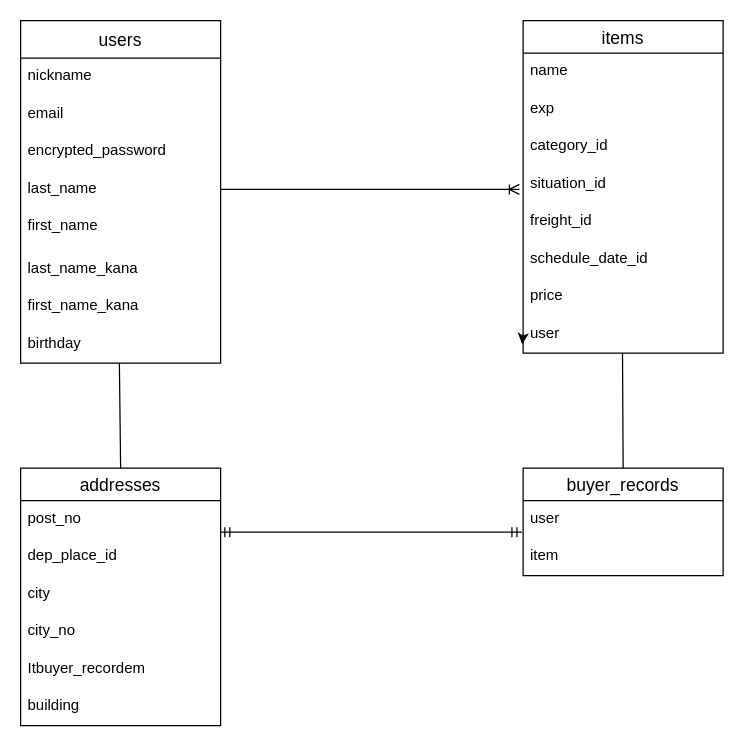
Before: app/.dio in ohashiyukio/furima-41608, a draw.io diagram. Source tidied: cells renumbered, new cells numbered last; positions are measured from the earlier drawing's top-left corner, leaving out a move shared by most shapes. Both pictures are drawn from the tidied source at 125%, with x=0, y=0 at pixel (20, 20).
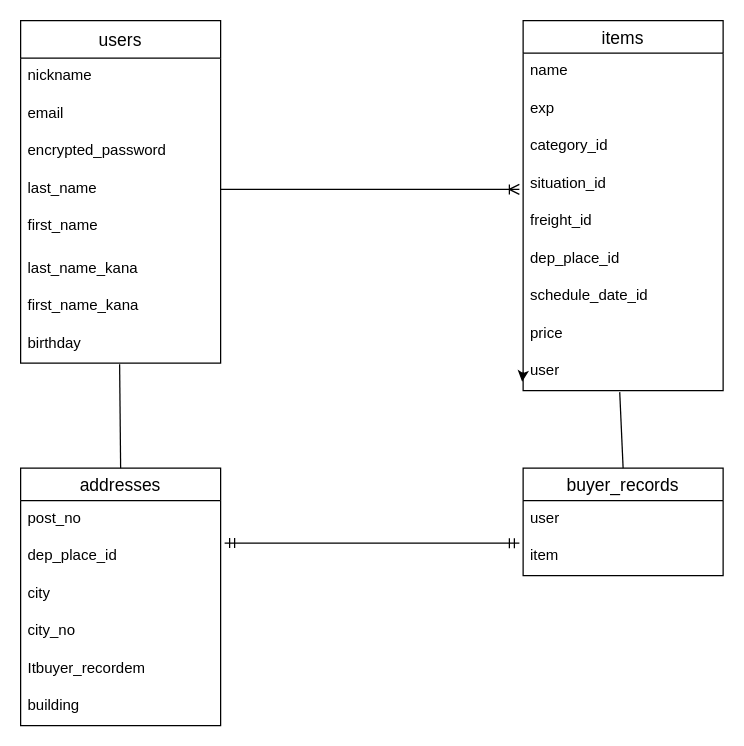
The same diagram, later.

The change refers to these unchanged cells:
```xml
<mxCell id="11" value="birthday" style="text;strokeColor=none;fillColor=none;spacingLeft=4;spacingRight=4;overflow=hidden;points=[[0,0.5],[1,0.5]];portConstraint=eastwest;fontSize=12;" parent="3" vertex="1">
  <mxGeometry y="244" width="160" height="30" as="geometry" />
</mxCell>
<mxCell id="22" value="addresses" style="swimlane;fontStyle=0;horizontal=1;startSize=26;align=center;fontSize=14;" parent="1" vertex="1">
  <mxGeometry y="358" width="160" height="206" as="geometry" />
</mxCell>
<mxCell id="23" value="post_no" style="text;strokeColor=none;fillColor=none;spacingLeft=4;spacingRight=4;overflow=hidden;points=[[0,0.5],[1,0.5]];portConstraint=eastwest;fontSize=12;" parent="22" vertex="1">
  <mxGeometry y="26" width="160" height="30" as="geometry" />
</mxCell>
<mxCell id="24" value="dep_place_id" style="text;strokeColor=none;fillColor=none;spacingLeft=4;spacingRight=4;overflow=hidden;points=[[0,0.5],[1,0.5]];portConstraint=eastwest;fontSize=12;" parent="22" vertex="1">
  <mxGeometry y="56" width="160" height="30" as="geometry" />
</mxCell>
<mxCell id="29" value="buyer_records" style="swimlane;fontStyle=0;horizontal=1;startSize=26;align=center;fontSize=14;" parent="1" vertex="1">
  <mxGeometry x="402" y="358" width="160" height="86" as="geometry" />
</mxCell>
<mxCell id="30" value="user" style="text;strokeColor=none;fillColor=none;spacingLeft=4;spacingRight=4;overflow=hidden;points=[[0,0.5],[1,0.5]];portConstraint=eastwest;fontSize=12;" parent="29" vertex="1">
  <mxGeometry y="26" width="160" height="30" as="geometry" />
</mxCell>
```

Diff of the diagram source:
```diff
@@
     <mxCell id="12" value="items" style="swimlane;fontStyle=0;horizontal=1;startSize=26;align=center;fontSize=14;" parent="1" vertex="1">
-      <mxGeometry x="402" width="160" height="266" as="geometry" />
+      <mxGeometry x="402" width="160" height="296" as="geometry" />
     </mxCell>
@@
+    <mxCell id="36" value="dep_place_id" style="text;strokeColor=none;fillColor=none;spacingLeft=4;spacingRight=4;overflow=hidden;fontSize=12;" parent="12" vertex="1">
+      <mxGeometry y="176" width="160" height="30" as="geometry" />
+    </mxCell>
     <mxCell id="18" value="schedule_date_id" style="text;strokeColor=none;fillColor=none;spacingLeft=4;spacingRight=4;overflow=hidden;fontSize=12;" parent="12" vertex="1">
-      <mxGeometry y="176" width="160" height="30" as="geometry" />
+      <mxGeometry y="206" width="160" height="30" as="geometry" />
     </mxCell>
     <mxCell id="19" value="price" style="text;strokeColor=none;fillColor=none;spacingLeft=4;spacingRight=4;overflow=hidden;fontSize=12;" parent="12" vertex="1">
-      <mxGeometry y="206" width="160" height="30" as="geometry" />
+      <mxGeometry y="236" width="160" height="30" as="geometry" />
     </mxCell>
     <mxCell id="20" value="user" style="text;strokeColor=none;fillColor=none;spacingLeft=4;spacingRight=4;overflow=hidden;points=[[0,0.5],[1,0.5]];portConstraint=eastwest;fontSize=12;" parent="12" vertex="1">
-      <mxGeometry y="236" width="160" height="30" as="geometry" />
+      <mxGeometry y="266" width="160" height="30" as="geometry" />
     </mxCell>
@@
-    <mxCell id="33" style="edgeStyle=entityRelationEdgeStyle;fontSize=12;html=1;endArrow=ERmandOne;startArrow=ERmandOne;entryX=-0.006;entryY=0.84;entryDx=0;entryDy=0;entryPerimeter=0;exitX=0.996;exitY=0.84;exitDx=0;exitDy=0;exitPerimeter=0;" parent="1" edge="1" source="23" target="30">
-      <mxGeometry relative="1" as="geometry" />
+    <mxCell id="33" style="edgeStyle=entityRelationEdgeStyle;fontSize=12;html=1;endArrow=ERmandOne;startArrow=ERmandOne;exitX=1.02;exitY=0.133;exitDx=0;exitDy=0;exitPerimeter=0;" parent="1" edge="1" source="24">
+      <mxGeometry relative="1" as="geometry">
+        <mxPoint x="399" y="418" as="targetPoint" />
+      </mxGeometry>
     </mxCell>
-    <mxCell id="34" style="endArrow=none;html=1;rounded=0;entryX=0.5;entryY=0;entryDx=0;entryDy=0;" parent="1" edge="1" target="29">
-      <mxGeometry relative="1" as="geometry">
-        <mxPoint x="481.5" y="266" as="sourcePoint" />
-      </mxGeometry>
-    </mxCell>
-    <mxCell id="35" style="endArrow=none;html=1;rounded=0;entryX=0.5;entryY=0;entryDx=0;entryDy=0;" parent="1" edge="1" target="22">
-      <mxGeometry relative="1" as="geometry">
-        <mxPoint x="79" y="274" as="sourcePoint" />
-      </mxGeometry>
-    </mxCell>
+    <mxCell id="37" style="endArrow=none;html=1;rounded=0;entryX=0.5;entryY=0;entryDx=0;entryDy=0;exitX=0.495;exitY=1.027;exitDx=0;exitDy=0;exitPerimeter=0;" parent="1" edge="1" source="11" target="22">
+      <mxGeometry relative="1" as="geometry" />
+    </mxCell>
+    <mxCell id="38" style="endArrow=none;html=1;rounded=0;exitX=0.5;exitY=0;exitDx=0;exitDy=0;entryX=0.483;entryY=1.04;entryDx=0;entryDy=0;entryPerimeter=0;" parent="1" edge="1" source="29" target="20">
+      <mxGeometry relative="1" as="geometry" />
+    </mxCell>
```
